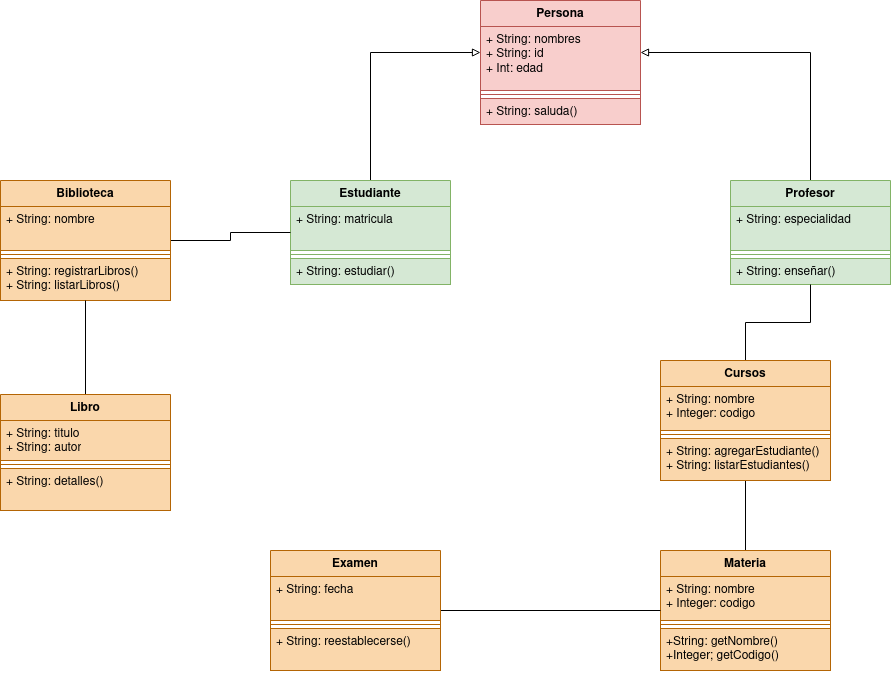
Above: imagenes/diagrama-clases.png in alejandrosalazargonzalez/gestion-academica (draw.io), before the change. Source tidied: cells renumbered, new cells last; positions are measured from the earlier drawing's top-left corner, leaving out a move shared by most shapes.
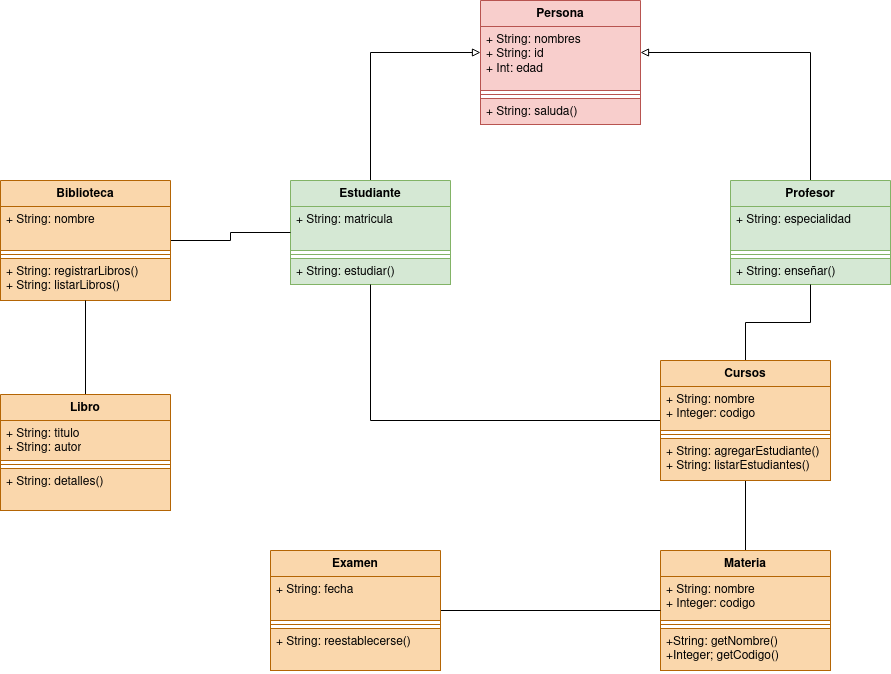
Later version of the same file.

Diff of the diagram source:
```diff
@@ -58,6 +58,9 @@
     <mxCell id="17" style="edgeStyle=orthogonalEdgeStyle;rounded=0;jettySize=auto;html=1;endArrow=none;endFill=0;" parent="1" edge="1" source="18" target="12">
       <mxGeometry relative="1" as="geometry" />
     </mxCell>
+    <mxCell id="41" style="edgeStyle=orthogonalEdgeStyle;rounded=0;jettySize=auto;html=1;endArrow=none;endFill=0;" parent="1" edge="1" source="18" target="7">
+      <mxGeometry relative="1" as="geometry" />
+    </mxCell>
     <mxCell id="18" value="Cursos" style="swimlane;fontStyle=1;align=center;verticalAlign=top;horizontal=1;startSize=26;whiteSpace=wrap;html=1;fillColor=#fad7ac;strokeColor=#b46504;" parent="1" vertex="1">
       <mxGeometry x="660" y="360" width="170" height="120" as="geometry" />
     </mxCell>
```
